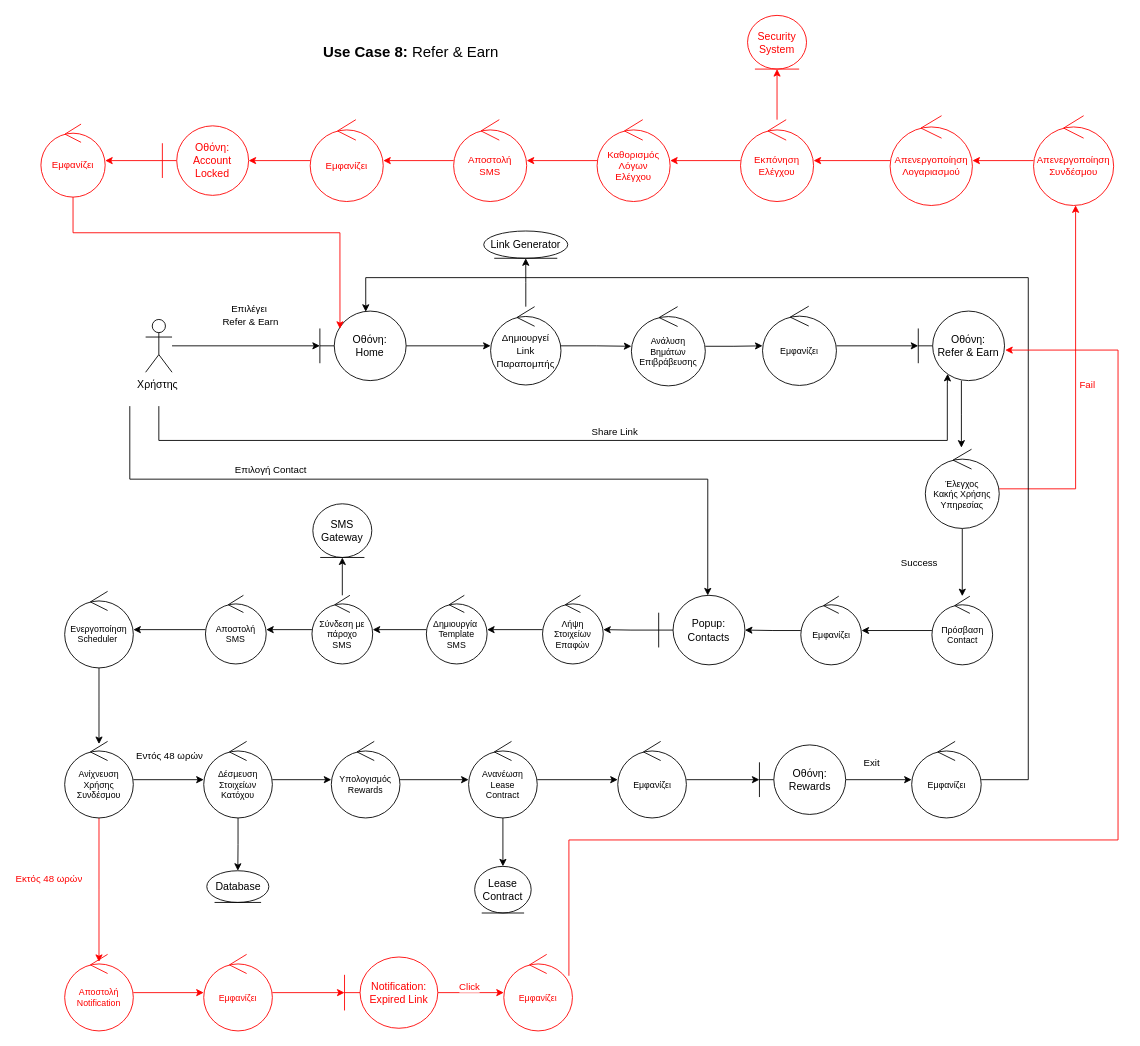
The draw.io diagram page "Use Case 8 Robustness" (8 of 9) of drawio/Robustness.drawio in ChristineGi/LeaseIt, before the edit. Source tidied: cells renumbered, new cells numbered last; positions are measured from the earlier drawing's top-left corner, leaving out a move shared by most shapes. Both pictures are drawn from the tidied source at 88%, with x=0, y=0 at pixel (40, 15).
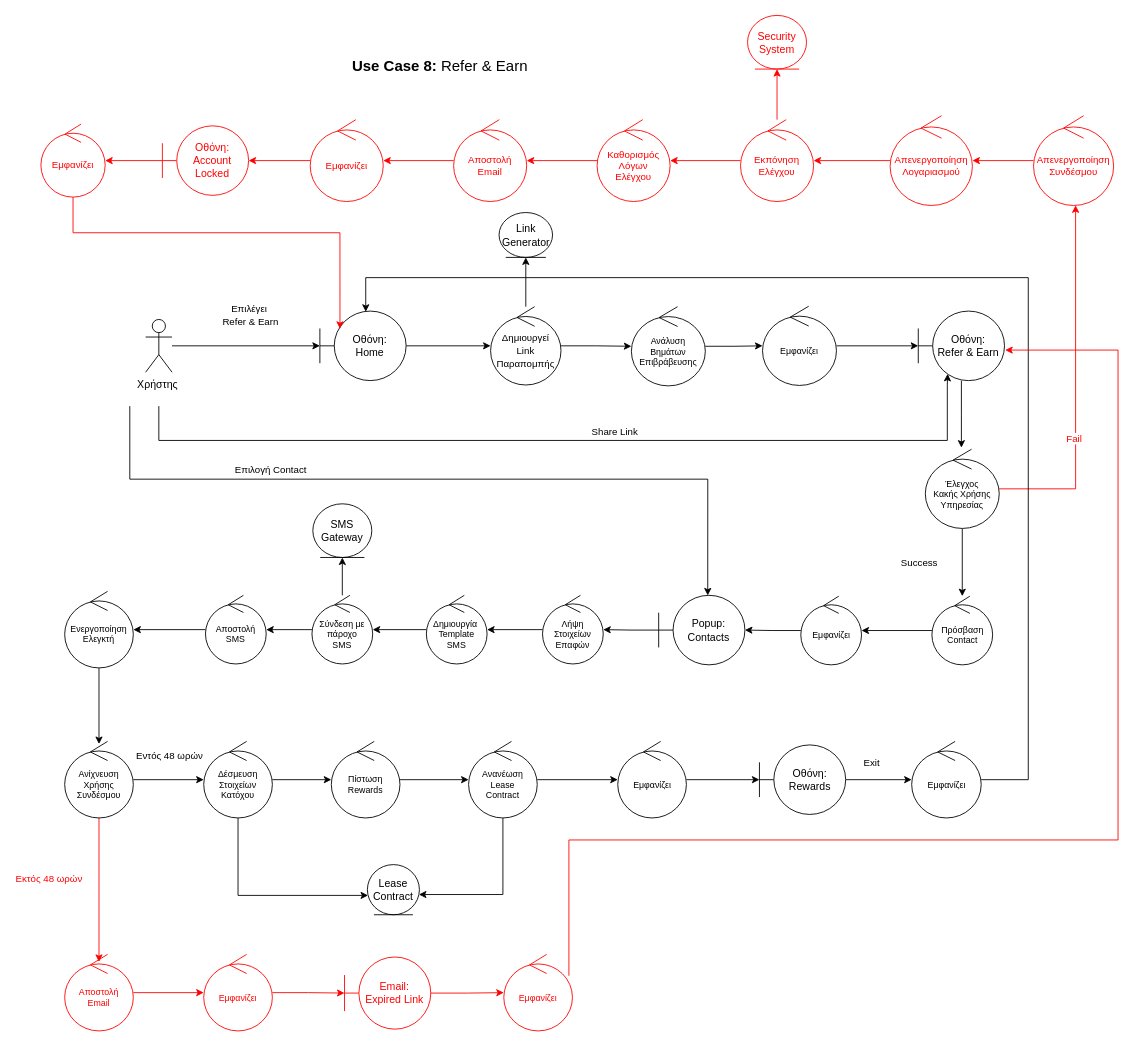
The same page after the edit.

The change refers to these unchanged cells:
```xml
<mxCell id="21" style="edgeStyle=orthogonalEdgeStyle;rounded=0;jettySize=auto;html=1;fontColor=#FF0000;strokeColor=#FF0000;entryX=0.525;entryY=0.998;entryDx=0;entryDy=0;entryPerimeter=0;" parent="1" edge="1" source="23" target="67">
  <mxGeometry relative="1" as="geometry" />
</mxCell>
<mxCell id="51" value="Δέσμευση&lt;div&gt;Στοιχείων&lt;/div&gt;&lt;div&gt;Κατόχου&lt;/div&gt;" style="ellipse;shape=umlControl;whiteSpace=wrap;html=1;fontSize=10;" parent="1" vertex="1">
  <mxGeometry x="185" y="825" width="78" height="87" as="geometry" />
</mxCell>
<mxCell id="63" value="Ανανέωση&lt;div&gt;Lease&lt;/div&gt;&lt;div&gt;Contract&lt;/div&gt;" style="ellipse;shape=umlControl;whiteSpace=wrap;html=1;fontSize=10;" parent="1" vertex="1">
  <mxGeometry x="486" y="825" width="78" height="87" as="geometry" />
</mxCell>
<mxCell id="88" style="edgeStyle=orthogonalEdgeStyle;rounded=0;jettySize=auto;html=1;fontColor=#FF0000;strokeColor=#FF0000;" parent="1" edge="1" source="90" target="91">
  <mxGeometry relative="1" as="geometry" />
</mxCell>
```

The edit, as a diff of the source:
```diff
@@
     <mxCell id="10" value="Link Generator" style="ellipse;shape=umlEntity;whiteSpace=wrap;html=1;" parent="1" vertex="1">
-      <mxGeometry x="503.2" y="245" width="95.5" height="31" as="geometry" />
+      <mxGeometry x="520.6" y="224" width="60.8" height="51" as="geometry" />
     </mxCell>
@@
     <mxCell id="22" value="&lt;font color=&quot;#ff0000&quot;&gt;Fail&lt;/font&gt;" style="edgeLabel;html=1;align=center;verticalAlign=middle;" parent="21" vertex="1">
       <mxGeometry x="-0.02" y="-2" relative="1" as="geometry">
-        <mxPoint x="11" y="-5" as="offset" />
+        <mxPoint x="-4" y="56" as="offset" />
       </mxGeometry>
     </mxCell>
@@
-    <mxCell id="43" value="Ενεργοποίηση&lt;div&gt;Scheduler&amp;nbsp;&lt;/div&gt;" style="ellipse;shape=umlControl;whiteSpace=wrap;html=1;fontSize=10;" parent="1" vertex="1">
+    <mxCell id="43" value="Ενεργοποίηση&lt;div&gt;Ελεγκτή&lt;/div&gt;" style="ellipse;shape=umlControl;whiteSpace=wrap;html=1;fontSize=10;" parent="1" vertex="1">
       <mxGeometry x="27" y="654.5" width="78" height="87" as="geometry" />
     </mxCell>
@@
-    <mxCell id="49" style="edgeStyle=orthogonalEdgeStyle;rounded=0;jettySize=auto;html=1;" parent="1" edge="1" source="51" target="52">
-      <mxGeometry relative="1" as="geometry" />
-    </mxCell>
@@
-    <mxCell id="52" value="Database" style="ellipse;shape=umlEntity;whiteSpace=wrap;html=1;" parent="1" vertex="1">
-      <mxGeometry x="188.5" y="972" width="70.5" height="36" as="geometry" />
-    </mxCell>
@@
-    <mxCell id="54" value="Υπολογισμός&lt;div&gt;Rewards&lt;/div&gt;" style="ellipse;shape=umlControl;whiteSpace=wrap;html=1;fontSize=10;" parent="1" vertex="1">
+    <mxCell id="54" value="&lt;div&gt;Πίστωση Rewards&lt;/div&gt;" style="ellipse;shape=umlControl;whiteSpace=wrap;html=1;fontSize=10;" parent="1" vertex="1">
       <mxGeometry x="330" y="825" width="78" height="87" as="geometry" />
     </mxCell>
@@
     <mxCell id="62" style="edgeStyle=orthogonalEdgeStyle;rounded=0;jettySize=auto;html=1;" parent="1" edge="1" source="63" target="64">
-      <mxGeometry relative="1" as="geometry" />
+      <mxGeometry relative="1" as="geometry">
+        <Array as="points">
+          <mxPoint x="525" y="999" />
+        </Array>
+      </mxGeometry>
     </mxCell>
@@
     <mxCell id="64" value="Lease&lt;div&gt;Contract&lt;/div&gt;" style="ellipse;shape=umlEntity;whiteSpace=wrap;html=1;" parent="1" vertex="1">
-      <mxGeometry x="492.9" y="967" width="64.2" height="53" as="geometry" />
+      <mxGeometry x="371" y="965" width="59.1" height="57" as="geometry" />
     </mxCell>
@@
-    <mxCell id="77" value="&lt;span style=&quot;font-size: 11px;&quot;&gt;Αποστολή&lt;/span&gt;&lt;div&gt;&lt;span style=&quot;font-size: 11px;&quot;&gt;SMS&lt;/span&gt;&lt;/div&gt;" style="ellipse;shape=umlControl;whiteSpace=wrap;html=1;fontSize=10;fontColor=#FF0000;strokeColor=#FF0000;" parent="1" vertex="1">
+    <mxCell id="77" value="&lt;span style=&quot;font-size: 11px;&quot;&gt;Αποστολή&lt;/span&gt;&lt;div&gt;&lt;span style=&quot;font-size: 11px;&quot;&gt;Email&lt;/span&gt;&lt;/div&gt;" style="ellipse;shape=umlControl;whiteSpace=wrap;html=1;fontSize=10;fontColor=#FF0000;strokeColor=#FF0000;" parent="1" vertex="1">
       <mxGeometry x="469" y="118.5" width="83" height="93" as="geometry" />
     </mxCell>
@@
-    <mxCell id="85" value="Αποστολή&lt;div&gt;Notification&lt;/div&gt;" style="ellipse;shape=umlControl;whiteSpace=wrap;html=1;fontSize=10;fontColor=#FF0000;strokeColor=#FF0000;" parent="1" vertex="1">
+    <mxCell id="85" value="Αποστολή&lt;div&gt;Email&lt;/div&gt;" style="ellipse;shape=umlControl;whiteSpace=wrap;html=1;fontSize=10;fontColor=#FF0000;strokeColor=#FF0000;" parent="1" vertex="1">
       <mxGeometry x="27" y="1067" width="78" height="87" as="geometry" />
     </mxCell>
@@
-    <mxCell id="89" value="Click" style="edgeLabel;html=1;align=center;verticalAlign=middle;fontColor=#FF0000;" parent="88" vertex="1">
-      <mxGeometry x="-0.07" y="1" relative="1" as="geometry">
-        <mxPoint y="-6" as="offset" />
-      </mxGeometry>
-    </mxCell>
-    <mxCell id="90" value="Notification:&lt;div&gt;Expired Link&lt;/div&gt;" style="shape=umlBoundary;whiteSpace=wrap;html=1;fontColor=#FF0000;strokeColor=#FF0000;" parent="1" vertex="1">
-      <mxGeometry x="345" y="1070" width="106" height="81" as="geometry" />
+    <mxCell id="90" value="Email:&lt;div&gt;Expired Link&lt;/div&gt;" style="shape=umlBoundary;whiteSpace=wrap;html=1;fontColor=#FF0000;strokeColor=#FF0000;" parent="1" vertex="1">
+      <mxGeometry x="345" y="1070" width="98" height="82" as="geometry" />
     </mxCell>
@@
     <mxCell id="93" value="&lt;p style=&quot;font-size: 17px;&quot; class=&quot;MsoNormal&quot;&gt;&lt;b&gt;&lt;span lang=&quot;EN-US&quot; style=&quot;mso-ansi-language:EN-US&quot;&gt;Use Case 8: &lt;/span&gt;&lt;/b&gt;&lt;span lang=&quot;EN-US&quot; style=&quot;mso-ansi-language:EN-US&quot;&gt;Refer &amp;amp; Earn&lt;br&gt;&lt;/span&gt;&lt;/p&gt;" style="text;whiteSpace=wrap;html=1;" parent="1" vertex="1">
-      <mxGeometry x="319" y="9" width="313" height="75" as="geometry" />
+      <mxGeometry x="352" y="25" width="212" height="56" as="geometry" />
     </mxCell>
+    <mxCell id="94" style="edgeStyle=orthogonalEdgeStyle;rounded=0;jettySize=auto;html=1;" parent="1" edge="1" source="51" target="64">
+      <mxGeometry relative="1" as="geometry">
+        <Array as="points">
+          <mxPoint x="224" y="1000" />
+        </Array>
+      </mxGeometry>
+    </mxCell>
```
